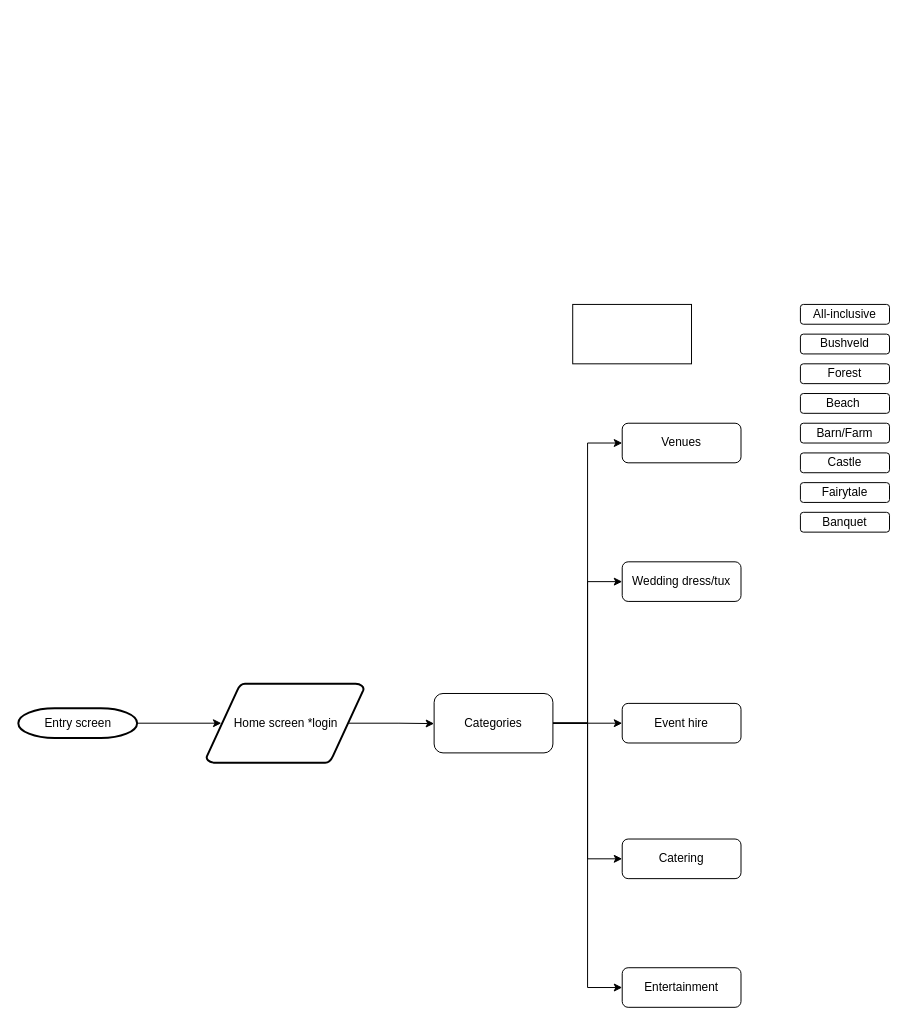
Above: Untitled Diagram.drawio in Skyelcck/1st-Project (draw.io), before the change. Source tidied: cells renumbered, new cells numbered last; positions are measured from the earlier drawing's top-left corner, leaving out a move shared by most shapes. Both pictures are drawn from the tidied source at 99%, with x=0, y=0 at pixel (18, 304).
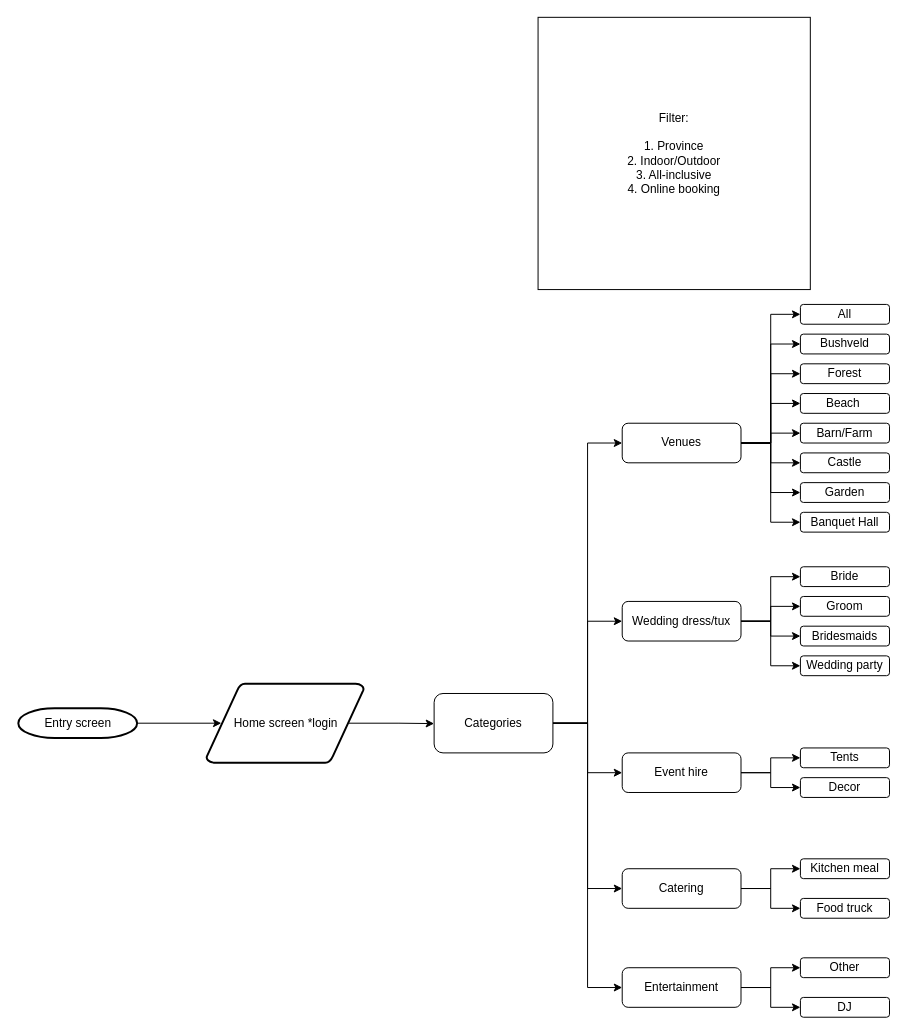
Above is the later version.

The change refers to these unchanged cells:
```xml
<mxCell id="12" value="Venues" style="rounded=1;whiteSpace=wrap;html=1;" parent="1" vertex="1">
  <mxGeometry x="610" y="120" width="120" height="40" as="geometry" />
</mxCell>
<mxCell id="16" value="Entertainment" style="rounded=1;whiteSpace=wrap;html=1;" parent="1" vertex="1">
  <mxGeometry x="610" y="670" width="120" height="40" as="geometry" />
</mxCell>
<mxCell id="17" value="Forest" style="rounded=1;whiteSpace=wrap;html=1;" parent="1" vertex="1">
  <mxGeometry x="790" y="60" width="90" height="20" as="geometry" />
</mxCell>
<mxCell id="18" value="Beach&amp;nbsp;" style="rounded=1;whiteSpace=wrap;html=1;" parent="1" vertex="1">
  <mxGeometry x="790" y="90" width="90" height="20" as="geometry" />
</mxCell>
<mxCell id="19" value="Barn/Farm" style="rounded=1;whiteSpace=wrap;html=1;" parent="1" vertex="1">
  <mxGeometry x="790" y="120" width="90" height="20" as="geometry" />
</mxCell>
<mxCell id="20" value="Castle" style="rounded=1;whiteSpace=wrap;html=1;" parent="1" vertex="1">
  <mxGeometry x="790" y="150" width="90" height="20" as="geometry" />
</mxCell>
<mxCell id="24" value="Bushveld" style="rounded=1;whiteSpace=wrap;html=1;" parent="1" vertex="1">
  <mxGeometry x="790" y="30" width="90" height="20" as="geometry" />
</mxCell>
```

Diff of the diagram source:
```diff
@@
+    <mxCell id="26" style="edgeStyle=orthogonalEdgeStyle;rounded=0;jettySize=auto;html=1;entryX=0;entryY=0.5;entryDx=0;entryDy=0;" parent="1" edge="1" source="12" target="25">
+      <mxGeometry relative="1" as="geometry" />
+    </mxCell>
+    <mxCell id="27" style="edgeStyle=orthogonalEdgeStyle;rounded=0;jettySize=auto;html=1;exitX=1;exitY=0.5;exitDx=0;exitDy=0;entryX=0;entryY=0.5;entryDx=0;entryDy=0;" parent="1" edge="1" source="12" target="24">
+      <mxGeometry relative="1" as="geometry" />
+    </mxCell>
+    <mxCell id="28" style="edgeStyle=orthogonalEdgeStyle;rounded=0;jettySize=auto;html=1;exitX=1;exitY=0.5;exitDx=0;exitDy=0;entryX=0;entryY=0.5;entryDx=0;entryDy=0;" parent="1" edge="1" source="12" target="17">
+      <mxGeometry relative="1" as="geometry" />
+    </mxCell>
+    <mxCell id="29" style="edgeStyle=orthogonalEdgeStyle;rounded=0;jettySize=auto;html=1;exitX=1;exitY=0.5;exitDx=0;exitDy=0;entryX=0;entryY=0.5;entryDx=0;entryDy=0;" parent="1" edge="1" source="12" target="18">
+      <mxGeometry relative="1" as="geometry" />
+    </mxCell>
+    <mxCell id="30" style="edgeStyle=orthogonalEdgeStyle;rounded=0;jettySize=auto;html=1;exitX=1;exitY=0.5;exitDx=0;exitDy=0;entryX=0;entryY=0.5;entryDx=0;entryDy=0;" parent="1" edge="1" source="12" target="22">
+      <mxGeometry relative="1" as="geometry" />
+    </mxCell>
+    <mxCell id="31" style="edgeStyle=orthogonalEdgeStyle;rounded=0;jettySize=auto;html=1;exitX=1;exitY=0.5;exitDx=0;exitDy=0;entryX=0;entryY=0.5;entryDx=0;entryDy=0;" parent="1" edge="1" source="12" target="21">
+      <mxGeometry relative="1" as="geometry" />
+    </mxCell>
+    <mxCell id="32" style="edgeStyle=orthogonalEdgeStyle;rounded=0;jettySize=auto;html=1;exitX=1;exitY=0.5;exitDx=0;exitDy=0;entryX=0;entryY=0.5;entryDx=0;entryDy=0;" parent="1" edge="1" source="12" target="20">
+      <mxGeometry relative="1" as="geometry" />
+    </mxCell>
+    <mxCell id="33" style="edgeStyle=orthogonalEdgeStyle;rounded=0;jettySize=auto;html=1;exitX=1;exitY=0.5;exitDx=0;exitDy=0;entryX=0;entryY=0.5;entryDx=0;entryDy=0;" parent="1" edge="1" source="12" target="19">
+      <mxGeometry relative="1" as="geometry" />
+    </mxCell>
@@
+    <mxCell id="34" style="edgeStyle=orthogonalEdgeStyle;rounded=0;jettySize=auto;html=1;exitX=1;exitY=0.5;exitDx=0;exitDy=0;entryX=0;entryY=0.5;entryDx=0;entryDy=0;" parent="1" edge="1" source="13" target="45">
+      <mxGeometry relative="1" as="geometry" />
+    </mxCell>
+    <mxCell id="35" style="edgeStyle=orthogonalEdgeStyle;rounded=0;jettySize=auto;html=1;exitX=1;exitY=0.5;exitDx=0;exitDy=0;entryX=0;entryY=0.5;entryDx=0;entryDy=0;" parent="1" edge="1" source="13" target="46">
+      <mxGeometry relative="1" as="geometry" />
+    </mxCell>
+    <mxCell id="36" style="edgeStyle=orthogonalEdgeStyle;rounded=0;jettySize=auto;html=1;exitX=1;exitY=0.5;exitDx=0;exitDy=0;entryX=0;entryY=0.5;entryDx=0;entryDy=0;" parent="1" edge="1" source="13" target="47">
+      <mxGeometry relative="1" as="geometry" />
+    </mxCell>
+    <mxCell id="37" style="edgeStyle=orthogonalEdgeStyle;rounded=0;jettySize=auto;html=1;exitX=1;exitY=0.5;exitDx=0;exitDy=0;entryX=0;entryY=0.5;entryDx=0;entryDy=0;" parent="1" edge="1" source="13" target="48">
+      <mxGeometry relative="1" as="geometry" />
+    </mxCell>
     <mxCell id="13" value="Wedding dress/tux" style="rounded=1;whiteSpace=wrap;html=1;" parent="1" vertex="1">
-      <mxGeometry x="610" y="260" width="120" height="40" as="geometry" />
+      <mxGeometry x="610" y="300" width="120" height="40" as="geometry" />
     </mxCell>
+    <mxCell id="38" style="edgeStyle=orthogonalEdgeStyle;rounded=0;jettySize=auto;html=1;exitX=1;exitY=0.5;exitDx=0;exitDy=0;entryX=0;entryY=0.5;entryDx=0;entryDy=0;" parent="1" edge="1" source="14" target="49">
+      <mxGeometry relative="1" as="geometry" />
+    </mxCell>
+    <mxCell id="39" style="edgeStyle=orthogonalEdgeStyle;rounded=0;jettySize=auto;html=1;exitX=1;exitY=0.5;exitDx=0;exitDy=0;entryX=0;entryY=0.5;entryDx=0;entryDy=0;" parent="1" edge="1" source="14" target="50">
+      <mxGeometry relative="1" as="geometry" />
+    </mxCell>
     <mxCell id="14" value="Event hire" style="rounded=1;whiteSpace=wrap;html=1;" parent="1" vertex="1">
-      <mxGeometry x="610" y="403" width="120" height="40" as="geometry" />
+      <mxGeometry x="610" y="453" width="120" height="40" as="geometry" />
     </mxCell>
+    <mxCell id="40" style="edgeStyle=orthogonalEdgeStyle;rounded=0;jettySize=auto;html=1;exitX=1;exitY=0.5;exitDx=0;exitDy=0;entryX=0;entryY=0.5;entryDx=0;entryDy=0;" parent="1" edge="1" source="15" target="51">
+      <mxGeometry relative="1" as="geometry" />
+    </mxCell>
+    <mxCell id="41" style="edgeStyle=orthogonalEdgeStyle;rounded=0;jettySize=auto;html=1;exitX=1;exitY=0.5;exitDx=0;exitDy=0;entryX=0;entryY=0.5;entryDx=0;entryDy=0;" parent="1" edge="1" source="15" target="52">
+      <mxGeometry relative="1" as="geometry" />
+    </mxCell>
     <mxCell id="15" value="Catering" style="rounded=1;whiteSpace=wrap;html=1;" parent="1" vertex="1">
-      <mxGeometry x="610" y="540" width="120" height="40" as="geometry" />
+      <mxGeometry x="610" y="570" width="120" height="40" as="geometry" />
     </mxCell>
+    <mxCell id="42" style="edgeStyle=orthogonalEdgeStyle;rounded=0;jettySize=auto;html=1;exitX=1;exitY=0.5;exitDx=0;exitDy=0;entryX=0;entryY=0.5;entryDx=0;entryDy=0;" parent="1" edge="1" source="16" target="53">
+      <mxGeometry relative="1" as="geometry" />
+    </mxCell>
+    <mxCell id="43" style="edgeStyle=orthogonalEdgeStyle;rounded=0;jettySize=auto;html=1;exitX=1;exitY=0.5;exitDx=0;exitDy=0;entryX=0;entryY=0.5;entryDx=0;entryDy=0;" parent="1" edge="1" source="16" target="54">
+      <mxGeometry relative="1" as="geometry" />
+    </mxCell>
@@
-    <mxCell id="21" value="Fairytale" style="rounded=1;whiteSpace=wrap;html=1;" parent="1" vertex="1">
+    <mxCell id="21" value="Garden" style="rounded=1;whiteSpace=wrap;html=1;" parent="1" vertex="1">
       <mxGeometry x="790" y="180" width="90" height="20" as="geometry" />
     </mxCell>
-    <mxCell id="22" value="Banquet" style="rounded=1;whiteSpace=wrap;html=1;" parent="1" vertex="1">
+    <mxCell id="22" value="Banquet Hall" style="rounded=1;whiteSpace=wrap;html=1;" parent="1" vertex="1">
       <mxGeometry x="790" y="210" width="90" height="20" as="geometry" />
     </mxCell>
-    <mxCell id="23" style="whiteSpace=wrap;html=1;" parent="1" vertex="1">
-      <mxGeometry x="560" width="120" height="60" as="geometry" />
-    </mxCell>
@@
-    <mxCell id="25" value="All-inclusive" style="rounded=1;whiteSpace=wrap;html=1;" parent="1" vertex="1">
+    <mxCell id="25" value="All" style="rounded=1;whiteSpace=wrap;html=1;" parent="1" vertex="1">
       <mxGeometry x="790" width="90" height="20" as="geometry" />
     </mxCell>
+    <mxCell id="44" value="Filter:&lt;br&gt;&lt;br&gt;1. Province&lt;br&gt;2. Indoor/Outdoor&lt;br&gt;3. All-inclusive&lt;br&gt;4. Online booking" style="whiteSpace=wrap;html=1;" parent="1" vertex="1">
+      <mxGeometry x="525" y="-290" width="275" height="275" as="geometry" />
+    </mxCell>
+    <mxCell id="45" value="Bride" style="rounded=1;whiteSpace=wrap;html=1;" parent="1" vertex="1">
+      <mxGeometry x="790" y="265" width="90" height="20" as="geometry" />
+    </mxCell>
+    <mxCell id="46" value="Groom" style="rounded=1;whiteSpace=wrap;html=1;" parent="1" vertex="1">
+      <mxGeometry x="790" y="295" width="90" height="20" as="geometry" />
+    </mxCell>
+    <mxCell id="47" value="Bridesmaids" style="rounded=1;whiteSpace=wrap;html=1;" parent="1" vertex="1">
+      <mxGeometry x="790" y="325" width="90" height="20" as="geometry" />
+    </mxCell>
+    <mxCell id="48" value="Wedding party" style="rounded=1;whiteSpace=wrap;html=1;" parent="1" vertex="1">
+      <mxGeometry x="790" y="355" width="90" height="20" as="geometry" />
+    </mxCell>
+    <mxCell id="49" value="Tents" style="rounded=1;whiteSpace=wrap;html=1;" parent="1" vertex="1">
+      <mxGeometry x="790" y="448" width="90" height="20" as="geometry" />
+    </mxCell>
+    <mxCell id="50" value="Decor" style="rounded=1;whiteSpace=wrap;html=1;" parent="1" vertex="1">
+      <mxGeometry x="790" y="478" width="90" height="20" as="geometry" />
+    </mxCell>
+    <mxCell id="51" value="Kitchen meal" style="rounded=1;whiteSpace=wrap;html=1;" parent="1" vertex="1">
+      <mxGeometry x="790" y="560" width="90" height="20" as="geometry" />
+    </mxCell>
+    <mxCell id="52" value="Food truck" style="rounded=1;whiteSpace=wrap;html=1;" parent="1" vertex="1">
+      <mxGeometry x="790" y="600" width="90" height="20" as="geometry" />
+    </mxCell>
+    <mxCell id="53" value="Other" style="rounded=1;whiteSpace=wrap;html=1;" parent="1" vertex="1">
+      <mxGeometry x="790" y="660" width="90" height="20" as="geometry" />
+    </mxCell>
+    <mxCell id="54" value="DJ" style="rounded=1;whiteSpace=wrap;html=1;" parent="1" vertex="1">
+      <mxGeometry x="790" y="700" width="90" height="20" as="geometry" />
+    </mxCell>
```
